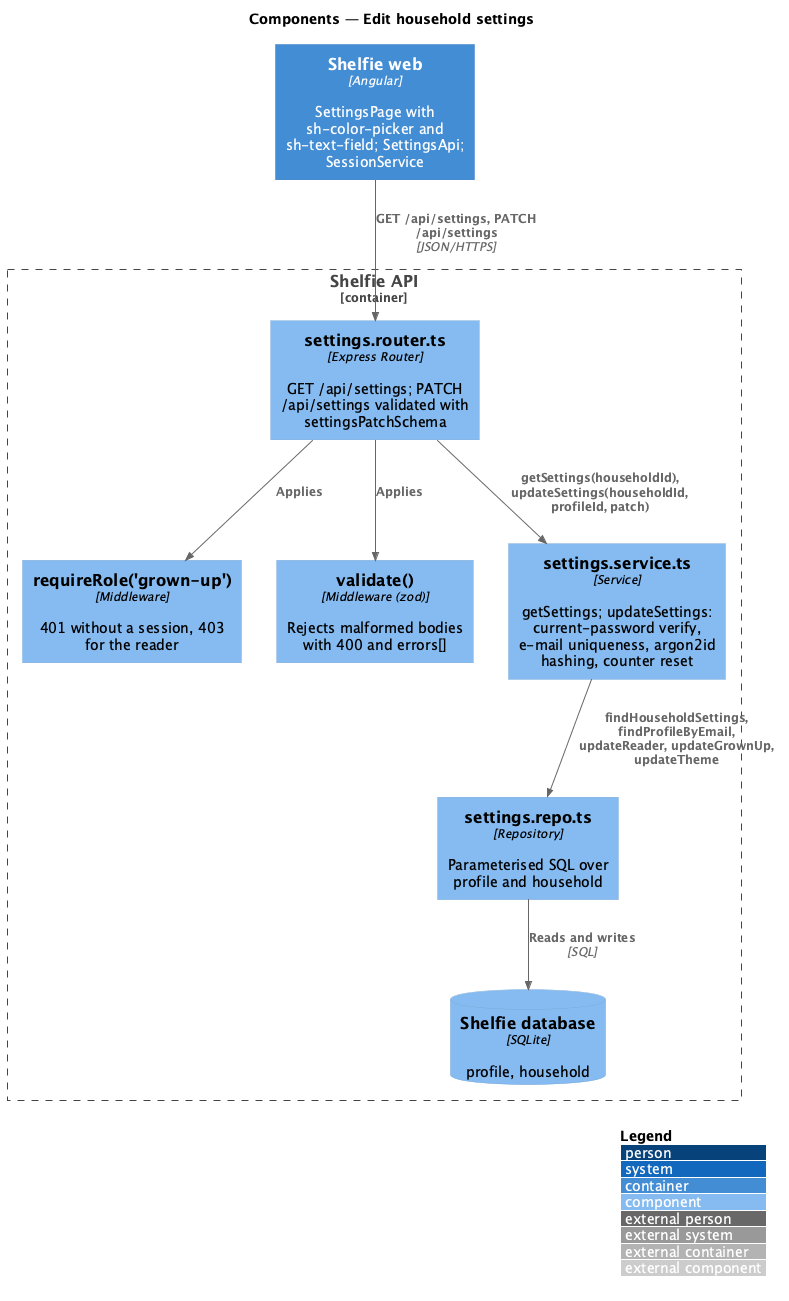
Earlier version of the PlantUML export docs/detailed-designs/settings/edit-household-settings/diagrams/c4-component.png (QuinntyneBrown/shelfie). The source it was exported from:
```plantuml
@startuml
!include <C4/C4_Component>
LAYOUT_WITH_LEGEND()
title Components — Edit household settings

Container(web, "Shelfie web", "Angular", "SettingsPage with sh-color-picker and sh-text-field; SettingsApi; SessionService")
Container_Boundary(api, "Shelfie API") {
  Component(authz, "requireRole('grown-up')", "Middleware", "401 without a session, 403 for the reader")
  Component(router, "settings.router.ts", "Express Router", "GET /api/settings; PATCH /api/settings validated with settingsPatchSchema")
  Component(validate, "validate()", "Middleware (zod)", "Rejects malformed bodies with 400 and errors[]")
  Component(service, "settings.service.ts", "Service", "getSettings; updateSettings: current-password verify, e-mail uniqueness, argon2id hashing, counter reset")
  Component(repo, "settings.repo.ts", "Repository", "Parameterised SQL over profile and household")
  ComponentDb(db, "Shelfie database", "SQLite", "profile, household")
}
Rel(web, router, "GET /api/settings, PATCH /api/settings", "JSON/HTTPS")
Rel(router, authz, "Applies")
Rel(router, validate, "Applies")
Rel(router, service, "getSettings(householdId), updateSettings(householdId, profileId, patch)")
Rel(service, repo, "findHouseholdSettings, findProfileByEmail, updateReader, updateGrownUp, updateTheme")
Rel(repo, db, "Reads and writes", "SQL")
@enduml
```
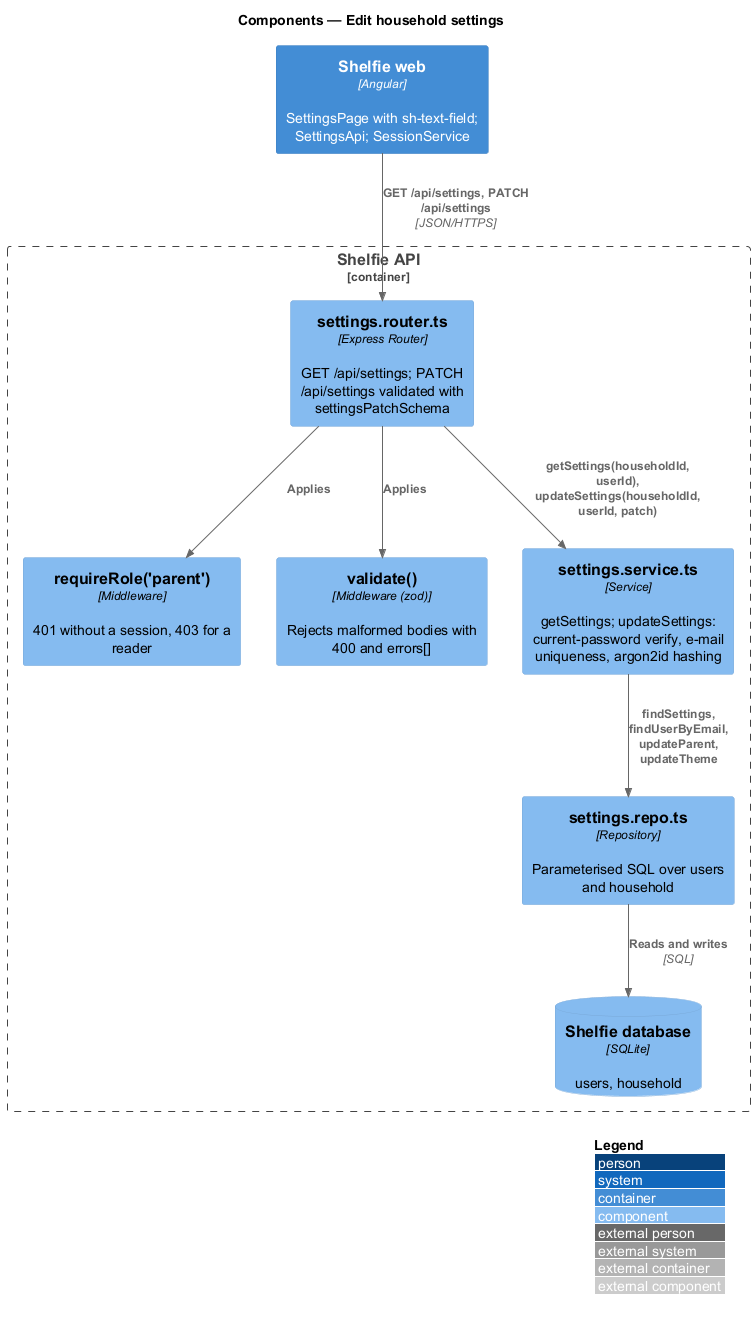
The same diagram one commit later.

The edit, as a diff of the source:
```diff
@@ -3,19 +3,19 @@
 LAYOUT_WITH_LEGEND()
 title Components — Edit household settings
 
-Container(web, "Shelfie web", "Angular", "SettingsPage with sh-color-picker and sh-text-field; SettingsApi; SessionService")
+Container(web, "Shelfie web", "Angular", "SettingsPage with sh-text-field; SettingsApi; SessionService")
 Container_Boundary(api, "Shelfie API") {
-  Component(authz, "requireRole('grown-up')", "Middleware", "401 without a session, 403 for the reader")
+  Component(authz, "requireRole('parent')", "Middleware", "401 without a session, 403 for a reader")
   Component(router, "settings.router.ts", "Express Router", "GET /api/settings; PATCH /api/settings validated with settingsPatchSchema")
   Component(validate, "validate()", "Middleware (zod)", "Rejects malformed bodies with 400 and errors[]")
-  Component(service, "settings.service.ts", "Service", "getSettings; updateSettings: current-password verify, e-mail uniqueness, argon2id hashing, counter reset")
-  Component(repo, "settings.repo.ts", "Repository", "Parameterised SQL over profile and household")
-  ComponentDb(db, "Shelfie database", "SQLite", "profile, household")
+  Component(service, "settings.service.ts", "Service", "getSettings; updateSettings: current-password verify, e-mail uniqueness, argon2id hashing")
+  Component(repo, "settings.repo.ts", "Repository", "Parameterised SQL over users and household")
+  ComponentDb(db, "Shelfie database", "SQLite", "users, household")
 }
 Rel(web, router, "GET /api/settings, PATCH /api/settings", "JSON/HTTPS")
 Rel(router, authz, "Applies")
 Rel(router, validate, "Applies")
-Rel(router, service, "getSettings(householdId), updateSettings(householdId, profileId, patch)")
-Rel(service, repo, "findHouseholdSettings, findProfileByEmail, updateReader, updateGrownUp, updateTheme")
+Rel(router, service, "getSettings(householdId, userId), updateSettings(householdId, userId, patch)")
+Rel(service, repo, "findSettings, findUserByEmail, updateParent, updateTheme")
 Rel(repo, db, "Reads and writes", "SQL")
 @enduml
```
